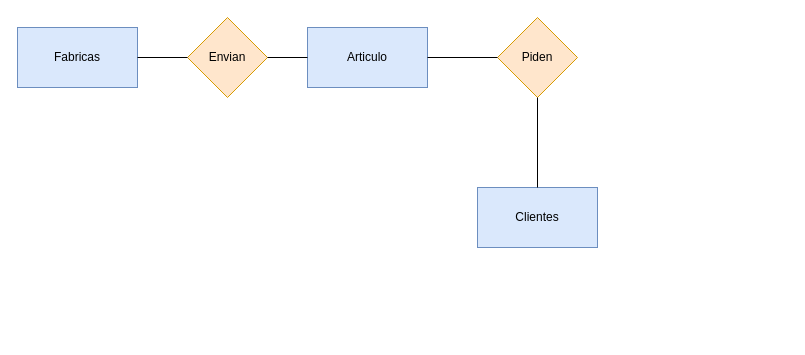
Earlier version of the draw.io diagram Unidad1/Tareas/Tarea 2/Diagrama sin título.drawio (JVC0/Base-Datos). Source tidied: cells renumbered, new cells numbered last; positions are measured from the earlier drawing's top-left corner, leaving out a move shared by most shapes. Both pictures are drawn from the tidied source at 100%, with x=0, y=0 at pixel (17, 17).
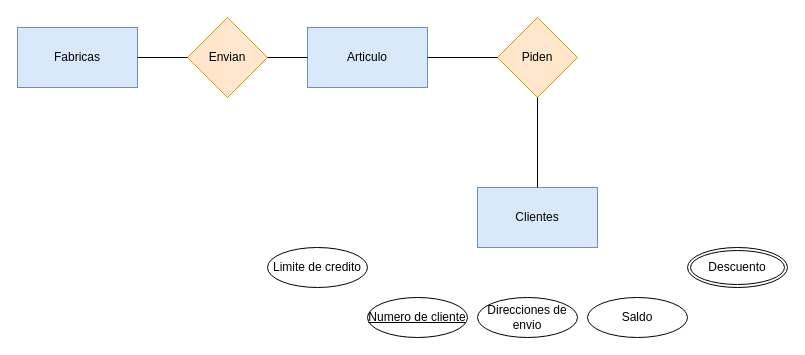
The same page after the edit.

Change to the diagram source:
```diff
@@
 <mxGraphModel>
   <root>
     <mxCell id="0" />
     <mxCell id="1" parent="0" />
     <mxCell id="2" value="Fabricas" style="rounded=0;whiteSpace=wrap;html=1;fillColor=#dae8fc;strokeColor=#6c8ebf;" parent="1" vertex="1">
       <mxGeometry y="10" width="120" height="60" as="geometry" />
     </mxCell>
     <mxCell id="3" value="Envian" style="rhombus;whiteSpace=wrap;html=1;fillColor=#ffe6cc;strokeColor=#d79b00;" parent="1" vertex="1">
       <mxGeometry x="170" width="80" height="80" as="geometry" />
     </mxCell>
     <mxCell id="4" value="Articulo" style="rounded=0;whiteSpace=wrap;html=1;fillColor=#dae8fc;strokeColor=#6c8ebf;" parent="1" vertex="1">
       <mxGeometry x="290" y="10" width="120" height="60" as="geometry" />
     </mxCell>
     <mxCell id="5" value="Clientes" style="rounded=0;whiteSpace=wrap;html=1;fillColor=#dae8fc;strokeColor=#6c8ebf;" parent="1" vertex="1">
       <mxGeometry x="460" y="170" width="120" height="60" as="geometry" />
     </mxCell>
     <mxCell id="6" value="Piden" style="rhombus;whiteSpace=wrap;html=1;fillColor=#ffe6cc;strokeColor=#d79b00;" parent="1" vertex="1">
       <mxGeometry x="480" width="80" height="80" as="geometry" />
     </mxCell>
     <mxCell id="7" style="endArrow=none;html=1;rounded=0;entryX=0.5;entryY=1;entryDx=0;entryDy=0;exitX=0.5;exitY=0;exitDx=0;exitDy=0;" parent="1" edge="1" source="5" target="6">
       <mxGeometry relative="1" as="geometry" />
     </mxCell>
     <mxCell id="8" style="endArrow=none;html=1;rounded=0;entryX=0;entryY=0.5;entryDx=0;entryDy=0;" parent="1" edge="1" source="4" target="6">
       <mxGeometry relative="1" as="geometry" />
     </mxCell>
     <mxCell id="9" style="endArrow=none;html=1;rounded=0;exitX=1;exitY=0.5;exitDx=0;exitDy=0;entryX=0;entryY=0.5;entryDx=0;entryDy=0;" parent="1" edge="1" source="3" target="4">
       <mxGeometry relative="1" as="geometry" />
     </mxCell>
     <mxCell id="10" style="endArrow=none;html=1;rounded=0;exitX=1;exitY=0.5;exitDx=0;exitDy=0;entryX=0;entryY=0.5;entryDx=0;entryDy=0;" parent="1" edge="1" source="2" target="3">
       <mxGeometry relative="1" as="geometry" />
     </mxCell>
+    <mxCell id="11" value="&lt;div&gt;Numero de cliente&lt;/div&gt;" style="ellipse;whiteSpace=wrap;html=1;align=center;fontStyle=4;" parent="1" vertex="1">
+      <mxGeometry x="350" y="280" width="100" height="40" as="geometry" />
+    </mxCell>
+    <mxCell id="12" value="&lt;div&gt;Saldo&lt;/div&gt;" style="ellipse;whiteSpace=wrap;html=1;align=center;" parent="1" vertex="1">
+      <mxGeometry x="570" y="280" width="100" height="40" as="geometry" />
+    </mxCell>
+    <mxCell id="13" value="Direcciones de envio" style="ellipse;whiteSpace=wrap;html=1;align=center;" parent="1" vertex="1">
+      <mxGeometry x="460" y="280" width="100" height="40" as="geometry" />
+    </mxCell>
+    <mxCell id="14" value="Limite de credito" style="ellipse;whiteSpace=wrap;html=1;align=center;" parent="1" vertex="1">
+      <mxGeometry x="250" y="230" width="100" height="40" as="geometry" />
+    </mxCell>
+    <mxCell id="15" value="Descuento" style="ellipse;shape=doubleEllipse;margin=3;whiteSpace=wrap;html=1;align=center;" parent="1" vertex="1">
+      <mxGeometry x="670" y="230" width="100" height="40" as="geometry" />
+    </mxCell>
   </root>
 </mxGraphModel>
```
